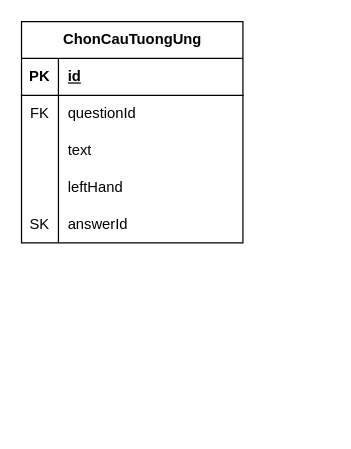
The draw.io diagram shukana.drawio in danny2507/h, before the edit. Source tidied: cells renumbered, new cells numbered last; positions are measured from the earlier drawing's top-left corner, leaving out a move shared by most shapes. Both pictures are drawn from the tidied source at 123%, with x=0, y=0 at pixel (21, 21).
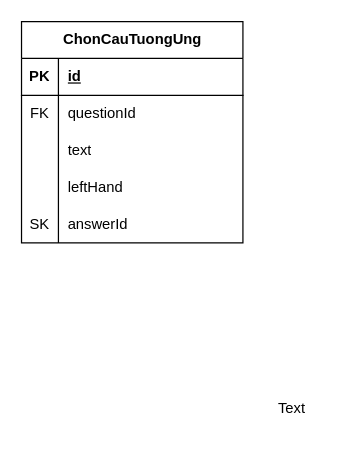
The same diagram, later.

Change to the diagram source:
```diff
@@
 <mxGraphModel>
   <root>
     <mxCell id="0" />
     <mxCell id="1" parent="0" />
     <mxCell id="2" value="ChonCauTuongUng" style="shape=table;startSize=30;childLayout=tableLayout;rowLines=0;fontStyle=1;align=center;html=1;" parent="1" vertex="1">
       <mxGeometry width="180" height="180" as="geometry" />
     </mxCell>
     <mxCell id="3" style="shape=tableRow;horizontal=0;startSize=0;swimlaneHead=0;swimlaneBody=0;fillColor=none;top=0;left=0;right=0;bottom=1;" parent="2" vertex="1">
       <mxGeometry y="30" width="180" height="30" as="geometry" />
     </mxCell>
     <mxCell id="4" value="PK" style="shape=partialRectangle;fillColor=none;top=0;left=0;bottom=0;right=0;fontStyle=1;overflow=hidden;whiteSpace=wrap;html=1;" parent="3" vertex="1">
       <mxGeometry width="30" height="30" as="geometry" />
     </mxCell>
     <mxCell id="5" value="id" style="shape=partialRectangle;fillColor=none;top=0;left=0;bottom=0;right=0;align=left;spacingLeft=6;fontStyle=5;overflow=hidden;whiteSpace=wrap;html=1;" parent="3" vertex="1">
       <mxGeometry x="30" width="150" height="30" as="geometry" />
     </mxCell>
     <mxCell id="6" style="shape=tableRow;horizontal=0;startSize=0;swimlaneHead=0;swimlaneBody=0;fillColor=none;top=0;left=0;right=0;bottom=0;" parent="2" vertex="1">
       <mxGeometry y="60" width="180" height="30" as="geometry" />
     </mxCell>
     <mxCell id="7" value="FK" style="shape=partialRectangle;fillColor=none;top=0;left=0;bottom=0;right=0;overflow=hidden;whiteSpace=wrap;html=1;" parent="6" vertex="1">
       <mxGeometry width="30" height="30" as="geometry" />
     </mxCell>
     <mxCell id="8" value="questionId" style="shape=partialRectangle;fillColor=none;top=0;left=0;bottom=0;right=0;align=left;spacingLeft=6;overflow=hidden;whiteSpace=wrap;html=1;" parent="6" vertex="1">
       <mxGeometry x="30" width="150" height="30" as="geometry" />
     </mxCell>
     <mxCell id="9" style="shape=tableRow;horizontal=0;startSize=0;swimlaneHead=0;swimlaneBody=0;fillColor=none;top=0;left=0;right=0;bottom=0;" parent="2" vertex="1">
       <mxGeometry y="90" width="180" height="30" as="geometry" />
     </mxCell>
     <mxCell id="10" style="shape=partialRectangle;fillColor=none;top=0;left=0;bottom=0;right=0;overflow=hidden;whiteSpace=wrap;html=1;" parent="9" vertex="1">
       <mxGeometry width="30" height="30" as="geometry" />
     </mxCell>
     <mxCell id="11" value="text" style="shape=partialRectangle;fillColor=none;top=0;left=0;bottom=0;right=0;align=left;spacingLeft=6;overflow=hidden;whiteSpace=wrap;html=1;" parent="9" vertex="1">
       <mxGeometry x="30" width="150" height="30" as="geometry" />
     </mxCell>
     <mxCell id="12" style="shape=tableRow;horizontal=0;startSize=0;swimlaneHead=0;swimlaneBody=0;fillColor=none;top=0;left=0;right=0;bottom=0;" parent="2" vertex="1">
       <mxGeometry y="120" width="180" height="30" as="geometry" />
     </mxCell>
     <mxCell id="13" style="shape=partialRectangle;fillColor=none;top=0;left=0;bottom=0;right=0;overflow=hidden;whiteSpace=wrap;html=1;" parent="12" vertex="1">
       <mxGeometry width="30" height="30" as="geometry" />
     </mxCell>
     <mxCell id="14" value="leftHand" style="shape=partialRectangle;fillColor=none;top=0;left=0;bottom=0;right=0;align=left;spacingLeft=6;overflow=hidden;whiteSpace=wrap;html=1;" parent="12" vertex="1">
       <mxGeometry x="30" width="150" height="30" as="geometry" />
     </mxCell>
     <mxCell id="15" style="shape=tableRow;horizontal=0;startSize=0;swimlaneHead=0;swimlaneBody=0;fillColor=none;top=0;left=0;right=0;bottom=0;" parent="2" vertex="1">
       <mxGeometry y="150" width="180" height="30" as="geometry" />
     </mxCell>
     <mxCell id="16" value="SK" style="shape=partialRectangle;fillColor=none;top=0;left=0;bottom=0;right=0;overflow=hidden;whiteSpace=wrap;html=1;" parent="15" vertex="1">
       <mxGeometry width="30" height="30" as="geometry" />
     </mxCell>
     <mxCell id="17" value="answerId" style="shape=partialRectangle;fillColor=none;top=0;left=0;bottom=0;right=0;align=left;spacingLeft=6;overflow=hidden;whiteSpace=wrap;html=1;" parent="15" vertex="1">
       <mxGeometry x="30" width="150" height="30" as="geometry" />
     </mxCell>
+    <mxCell id="18" value="Text" style="text;strokeColor=none;align=center;fillColor=none;html=1;verticalAlign=middle;whiteSpace=wrap;rounded=0;" parent="1" vertex="1">
+      <mxGeometry x="190" y="300" width="60" height="30" as="geometry" />
+    </mxCell>
   </root>
 </mxGraphModel>
```
